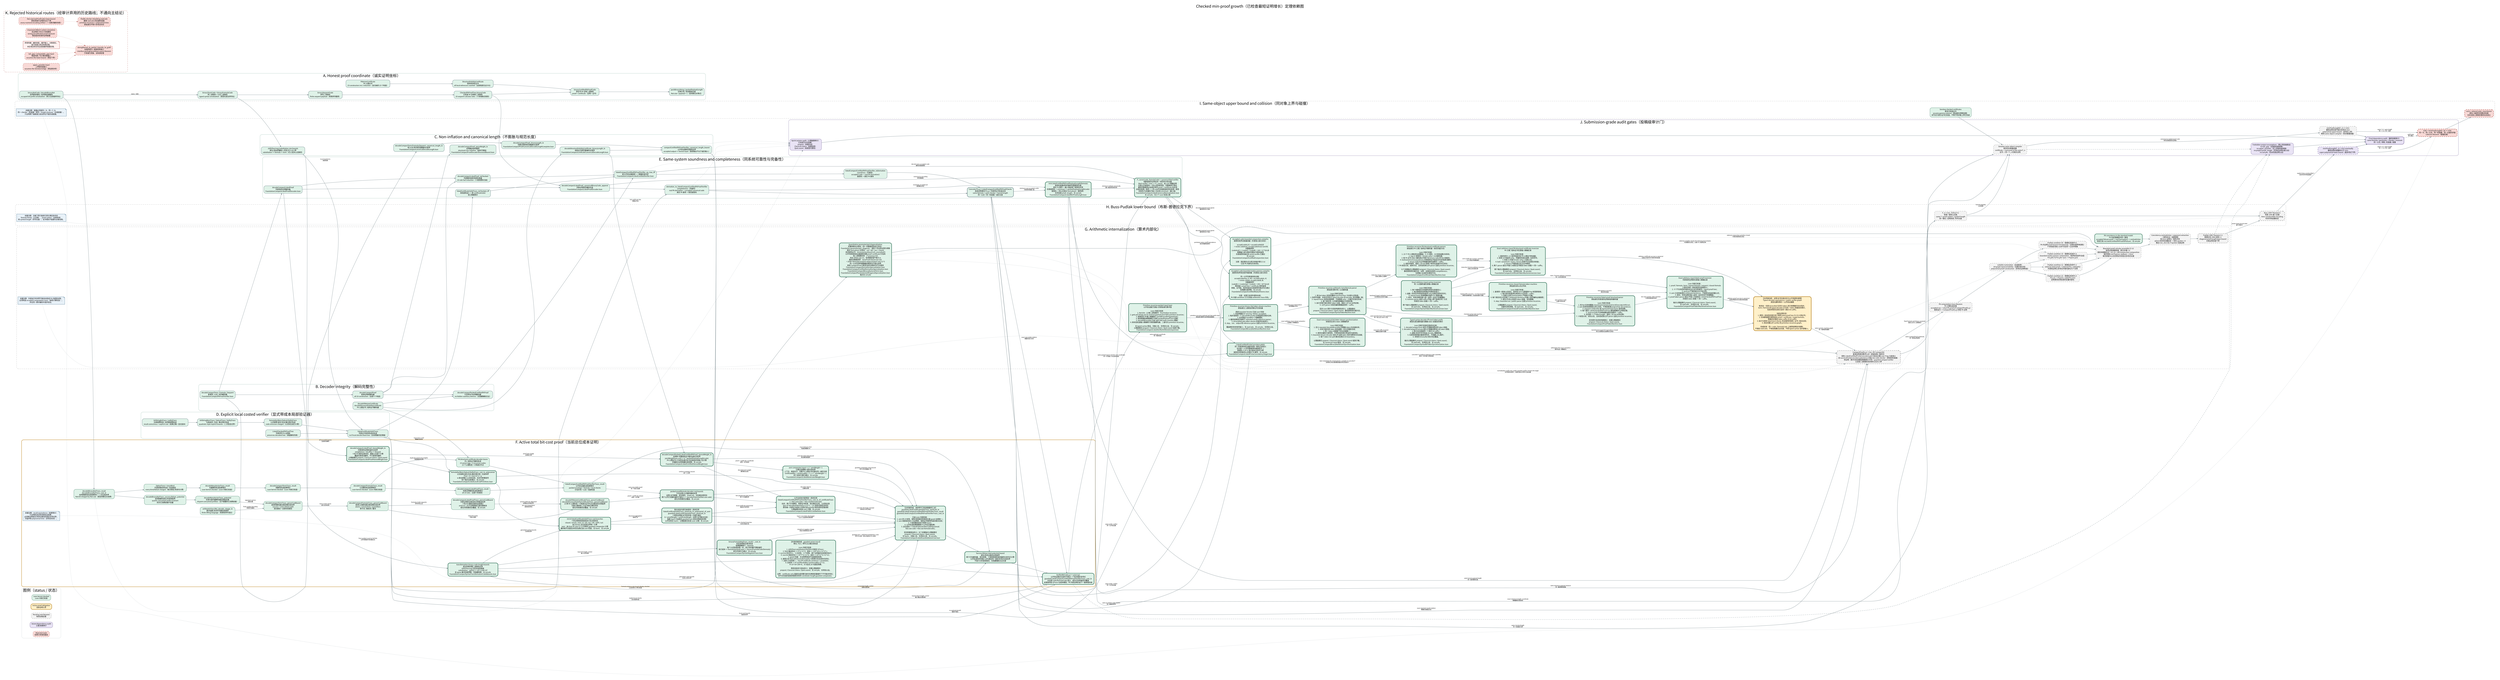
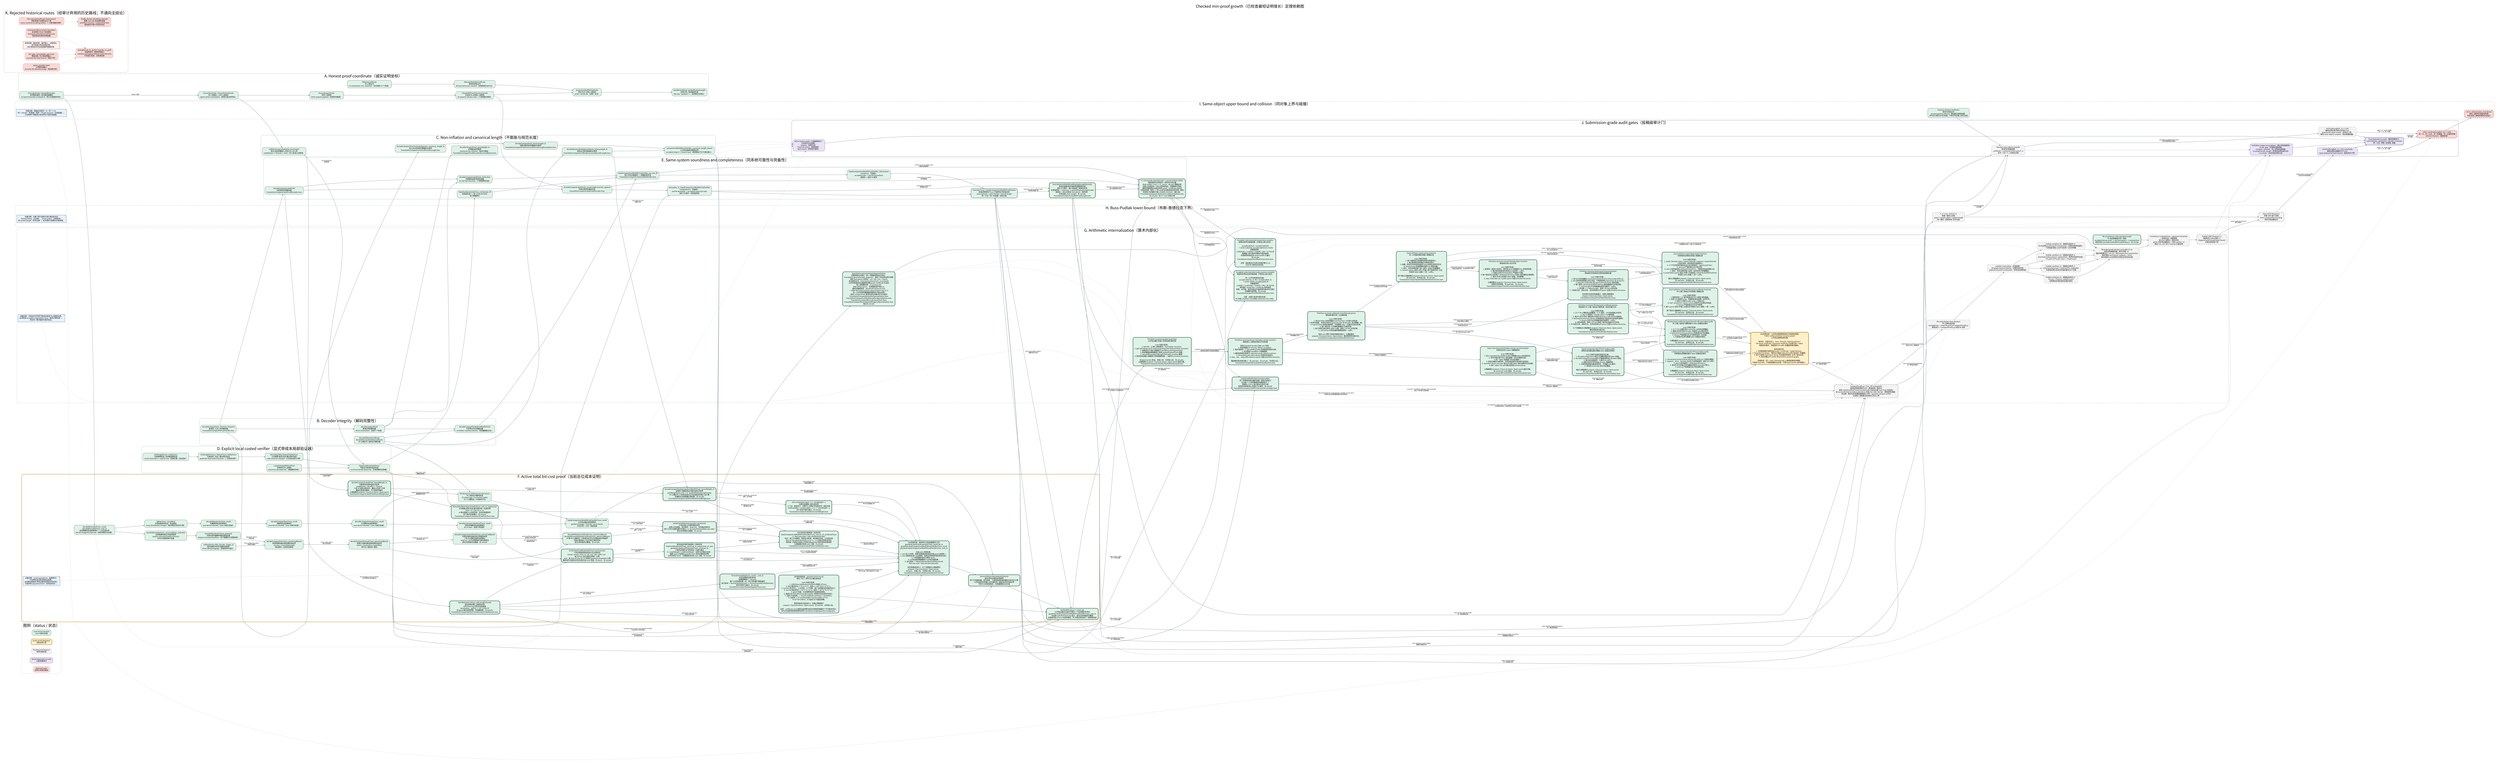
digraph CheckedMinProofDependencies {
  graph [
    rankdir=LR,
    bgcolor="white",
    compound=true,
    newrank=true,
    pad="0.35",
    nodesep="0.30",
    ranksep="0.62",
    fontname="Noto Sans CJK SC",
    fontsize=24,
    label="Checked min-proof growth（已检查最短证明增长）定理依赖图",
    labelloc="t",
    labeljust="c"
  ];
  node [
    shape=box,
    style="rounded,filled",
    fontname="Noto Sans CJK SC",
    fontsize=10.5,
    color="#526d75",
    fillcolor="#eef3f4",
    margin="0.14,0.09",
    penwidth=1.2
  ];
  edge [
    fontname="Noto Sans CJK SC",
    fontsize=8.5,
    color="#65777d",
    arrowsize=0.68,
    penwidth=1.05
  ];

  subgraph cluster_legend {
    label="图例（status / 状态）";
    color="#c8d1d4";
    style="rounded";
    done [label="Lean kernel checked\nLean 内核已检查", fillcolor="#dff2e8", color="#3f7c66"];
    active [label="Active proof obligation\n当前证明义务", fillcolor="#fff0c9", color="#b37a12", penwidth=2.2];
    pending [label="Pending root theorem\n待闭合根定理", fillcolor="#f3f3f3", color="#777777", style="rounded,filled,dashed"];
    audit [label="Axiom/dependency audit\n公理/依赖审计", fillcolor="#e9e3f5", color="#76639a"];
    rejected [label="Rejected route\n经审计弃用的路线", fillcolor="#f8d9d6", color="#a8443d", style="rounded,filled,dashed"];
  }

  subgraph cluster_coordinate {
    label="A. Honest proof coordinate（诚实证明坐标）";
    color="#8fb7aa";
    style="rounded";

    natcode [label="binaryNatCode / decodeBinaryNat\n自然数前缀码 / 自然数前缀解码\nescaped-bit prefix serialization（转义位前缀序列化）", fillcolor="#dff2e8"];
    syntaxcode [label="binaryTermCode + binaryFormulaCode\n项二进制码 + 公式二进制码\ntyped syntax serialization（类型化语法序列化）", fillcolor="#dff2e8"];
    sequentcode [label="binarySequentCode\n序列二进制码\nfinite sequent payload（有限序列载荷）", fillcolor="#dff2e8"];
    prooftree [label="CheckedPAProofTree.binaryCode\n已检查 PA 证明树二进制码\n10 sequent-calculus rules（十条相继式规则）", fillcolor="#dff2e8"];
    axiomcert [label="PAAxiomCertificate\nPA 公理证书\n23 constructors incl. induction（含归纳的 23 个构造）", fillcolor="#dff2e8"];
    structcert [label="StructuralValidityCertificate\n结构有效性证书\nall local witnesses counted（全部局部见证计长）", fillcolor="#dff2e8"];
    certifiedcode [label="binaryCertifiedPAProofCode\n带证书 PA 证明二进制码\nproof + certificate（证明 + 证书）", fillcolor="#dff2e8"];
    packedcode [label="packBinaryString / packedPayloadLength\n位串打包 / 有效载荷长度\nNat.size = payload + 1（自然数位长等式）", fillcolor="#dff2e8"];

    natcode -> syntaxcode [label="labels / 标签"];
    syntaxcode -> sequentcode;
    sequentcode -> prooftree;
    axiomcert -> structcert;
    prooftree -> certifiedcode;
    structcert -> certifiedcode;
    certifiedcode -> packedcode;
  }

  subgraph cluster_decoder {
    label="B. Decoder integrity（解码完整性）";
    color="#8fb7aa";
    style="rounded";

    typeddecoder [label="decodeCompactTerm / Formula / Sequent\n紧凑项 / 公式 / 序列解码器\nFoundationCompactPAProofVerifier.lean", fillcolor="#dff2e8"];
    proofdecoder [label="decodeCompactProof\n紧凑证明树解码器\nall 10 constructors（全部十个构造）", fillcolor="#dff2e8"];
    certdecoder [label="decodePAAxiomCertificate\ndecodeStructuralValidityCertificate\nPA 公理证书 / 结构证书解码器", fillcolor="#dff2e8"];
    packeddecoder [label="decodeCompactPackedCertifiedPAProof\n打包带证书证明解码器\nno hidden auxiliary witness（无隐藏辅助见证）", fillcolor="#dff2e8"];

    typeddecoder -> proofdecoder;
    certdecoder -> packeddecoder;
    proofdecoder -> packeddecoder;
  }

  subgraph cluster_size {
    label="C. Non-inflation and canonical length（不膨胀与规范长度）";
    color="#8fb7aa";
    style="rounded";

    structural [label="decodeCompactProof_parseWeight_le\n证明解码结构量界\nstructural non-inflation（结构不膨胀）\nFoundationCompactProofDecoderStructuralBound.lean", fillcolor="#dff2e8"];
    syntaxcanonical [label="decodeCompactTerm/Formula/Sequent_canonical_length_le\n项/公式/序列规范重编码长度界\nFoundationCompactCanonicalDecodeLength.lean", fillcolor="#dff2e8"];
    proofcanonical [label="decodeCompactProof_binaryLength_le\n完整证明树规范重编码长度界\nFoundationCompactProofCanonicalDecodeLengthComplete.lean", fillcolor="#dff2e8"];
    certcanonical [label="decodeStructuralValidityCertificate_binaryLength_le\n结构证书规范重编码长度界\nFoundationCompactCertificateCanonicalDecodeLength.lean", fillcolor="#dff2e8"];
    totalcanonical [label="compactCertifiedPAProofVerifier_canonical_length_bound\n公开验证器规范载荷总界\naccepted output <= honest input（接受输出不长于诚实输入）", fillcolor="#dff2e8"];
    transformsize [label="shift/free/neg/substitution size bounds\n移位/自由变量嵌入/否定/代入大小界\nsubstitution <= formula × term（代入至多公式乘项）", fillcolor="#dff2e8"];

    typeddecoder -> syntaxcanonical;
    proofdecoder -> structural;
    syntaxcanonical -> proofcanonical;
    certdecoder -> certcanonical;
    proofcanonical -> totalcanonical;
    certcanonical -> totalcanonical;
    syntaxcode -> transformsize;
  }

  subgraph cluster_explicit_local {
    label="D. Explicit local costed verifier（显式带成本局部验证器）";
    color="#8fb7aa";
    style="rounded";

    biteq [label="bitStringEqTrace / natEqTrace\n位串相等轨迹 / 自然数相等轨迹\nresult correctness + explicit cost（结果正确 + 显式成本）", fillcolor="#dff2e8"];
    bitset [label="bitStringMemTrace / SubsetTrace / SetEqTrace\n位串成员 / 包含 / 集合等价轨迹\nquadratic-style explicit bounds（二次型显式界）", fillcolor="#dff2e8"];
    formulalist [label="formulaEq/Mem/Subset/SetEqTrace\n公式相等/成员/包含/集合等价轨迹\ncode emission charged（公式码生成已计费）", fillcolor="#dff2e8"];
    listedtree [label="ListedCheckedPAProofTree\n列表序列 PA 证明树\npreserves decoded lists（保留解码列表）", fillcolor="#dff2e8"];
    listedcert [label="listedCertificateValidTrace\n列表证书有效性成本轨迹\nno Finset decide black box（无有限集判定黑箱）", fillcolor="#dff2e8"];

    biteq -> bitset;
    bitset -> formulalist;
    listedtree -> listedcert;
    formulalist -> listedcert;
    transformsize -> listedcert [label="local transforms\n局部变换"];
  }

  subgraph cluster_same_system {
    label="E. Same-system soundness and completeness（同系统可靠性与完备性）";
    color="#8fb7aa";
    style="rounded";

    listdecoder [label="decodeCompactListedProof\n列表保持证明解码器\nFoundationCompactListedProofDecoder.lean", fillcolor="#dff2e8"];
    projection [label="decodeCompactListedProof_toChecked\n列表解码投影到原检查器\n10-rule fuel induction（十规则燃料归纳）", fillcolor="#dff2e8"];
    localiff [label="listedCertificateValidTrace_toChecked_iff\n新局部轨迹 <-> 原 certificateValid\n语义精确等价", fillcolor="#dff2e8"];
    publiciff [label="listedCompactCertifiedPAProofVerifier_eq_true_iff\n新公开验证器接受 <-> 精确检查关系\nFoundationCompactListedCertifiedVerifier.lean", fillcolor="#dff2e8"];
    soundness [label="listedCompactCertifiedPAProofVerifier_toDerivation\nsoundness（可靠性）\naccepted code -> real PA Derivation2\n接受码 -> 真实 PA 推导", fillcolor="#dff2e8"];
    listencoder [label="decodeCompactListedProof_canonicalBinaryCode_append\n列表证明规范编码往返\nFoundationCompactListedProofEncoder.lean", fillcolor="#dff2e8"];
    completeness [label="derivation_to_listedCompactCertifiedPAProofVerifier\ncompleteness（完备性）\nreal PA derivation -> accepted canonical code\n真实 PA 推导 -> 规范接受码", fillcolor="#dff2e8"];
    predicate [label="Concrete P(x,y) / ListedCompactCertifiedPAProofChecks\n具体证明谓词 P(x,y) / 列表带证书检查关系\nsame formula + same checker + honest length\n同一公式 + 同一检查器 + 诚实长度", fillcolor="#dff2e8", penwidth=2.0];
    minmeasure [
      label="minListedCertifiedPAProofPayloadLength(formula)\n具体检查器诱导的最短完整载荷长度\n真实 PA 推导 -> 最小值由某个接受码实现\n任意接受码 -> minimum <= packedPayloadLength(code)\n接受码 -> 同公式真实 Derivation2（推导树）\n无项目级 proof_length；无 sorryAx\nFoundationCompactListedMinProofLength.lean",
      fillcolor="#dff2e8", color="#2f6f57", penwidth=2.8
    ];
    canonicalnormalize [
      label="P_canon(code, formulaCode) + canonical Bool verifier\n纯数值规范证明关系 + 规范布尔验证器\nBool verifier = true <-> P_canon，由 Lean 精确证明\n任意公开接受码 -> 同公式码规范码，完整载荷不增长\n最短完整载荷必由真实规范 proof + certificate 码实现\n全体码有限一致性 <-> 同 cutoff 的纯数值规范码有限一致性\n非规范/冗余编码不能人为压低 minimum（最小值）\nFoundationCompactListedCanonicalNormalization.lean\n无 sorryAx；仅三个 Lean 标准公理",
      fillcolor="#dff2e8", color="#2f6f57", penwidth=2.8
    ];

    typeddecoder -> listdecoder;
    listdecoder -> projection;
    proofdecoder -> projection;
    listedcert -> localiff;
    projection -> publiciff;
    localiff -> publiciff;
    packeddecoder -> publiciff;
    publiciff -> soundness;
    prooftree -> listencoder;
    listdecoder -> listencoder;
    listencoder -> completeness;
    listedcert -> completeness;
    soundness -> predicate;
    completeness -> predicate;
    predicate -> minmeasure [label="minimum over accepted codes\n对接受码取最小值"];
    completeness -> minmeasure [label="nonempty accepted set\n接受集合非空"];
    publiciff -> canonicalnormalize [label="decode every accepted code\n解码任意接受码"];
    listencoder -> canonicalnormalize [label="canonical re-encoding\n规范重编码"];
    totalcanonical -> canonicalnormalize [label="no payload growth\n载荷不增长"];
    minmeasure -> canonicalnormalize [label="minimum realized canonically\n最小值由规范码实现"];
  }

  subgraph cluster_cost_active {
    label="F. Active total bit-cost proof（当前总位成本证明）";
    color="#c18a27";
    style="rounded,bold";

    nattrace [label="decodeBinaryNatTrace_result\ndecodeBinaryNatTrace_cost_le\n自然数解码轨迹结果等价 + 二次位成本界\nNat.bit charged by Nat.size（按自然数位长收费）", fillcolor="#dff2e8", color="#3f7c66"];
    tracebind [label="OptionTrace + traceBind\n可选结果成本轨迹 + 轨迹绑定\nevery bind/failure charged（每次绑定/失败均计费）", fillcolor="#dff2e8", color="#3f7c66"];
    vectortrace [label="decodeManyVectorTrace_result\n向量解码轨迹结果等价\nLean kernel checked（Lean 内核已检查）", fillcolor="#dff2e8", color="#3f7c66"];
    termtrace [label="decodeCompactTermTrace_result\n项解码轨迹结果等价\nLean kernel checked（Lean 内核已检查）", fillcolor="#dff2e8", color="#3f7c66"];
    formulatrace [label="decodeCompactFormulaTrace_result\n公式解码轨迹结果等价\nLean kernel checked（Lean 内核已检查）", fillcolor="#dff2e8", color="#3f7c66"];
    prooftrace [label="decodeCompactListedProofTrace_result\n列表证明解码轨迹结果等价\nall 10 rules（全部十条规则）", fillcolor="#dff2e8", color="#3f7c66"];
    certtrace [label="PA/structural certificate decoder traces\nPA / 结构证书解码轨迹\n23 axiom tags + 4 recursive nodes\n23 个公理标签 + 4 种递归节点", fillcolor="#dff2e8", color="#3f7c66"];
    publictrace [label="listedCompactCertifiedPAProofVerifierTrace_result\n公开验证器轨迹结果等价\npacked envelope + formula + local checks\n打包外壳 + 公式 + 局部检查", fillcolor="#dff2e8", color="#3f7c66"];
    natpotential [label="decodeBinaryNatTrace_success/failure_potential\n自然数解码成功/失败势能界\nquartic consumed-prefix invariant\n四次已消费前缀不变量", fillcolor="#dff2e8", color="#3f7c66"];
    vectorpotential [label="decodeManyVectorTrace_potential\n任意长度向量解码摊还势能定理\ndisjoint consumed prefixes（互不重叠的已消费前缀）", fillcolor="#dff2e8", color="#3f7c66"];
    symbolcharge [label="arithmeticFunc/Rel_decode_charge_le\n算术函数/关系符号解码收费界\nfinite ORing language（有限有序环语言）", fillcolor="#dff2e8", color="#3f7c66"];
    termpotential [label="decodeCompactTermTrace_parserCostBound\n紧凑项解码器全路径摊还成本界\nsuccess + every failure path\n成功路径 + 全部失败路径", fillcolor="#dff2e8", color="#3f7c66"];
    formulapotential [label="decodeCompactFormulaTrace_parserCostBound\n紧凑公式解码器全路径摊还成本界\natoms / connectives / quantifiers\n原子式 / 联结词 / 量词", fillcolor="#dff2e8", color="#3f7c66"];
    proofpotential [
      label="decodeCompactListedProofTrace_parserCostBound\n列表证明树全路径四次势能成本界\n十条 PA 相继式规则全部通过\nand/cut 二叉子证明势能已望远镜相消\n成功/失败路径全覆盖；无 sorryAx",
      fillcolor="#dff2e8", color="#3f7c66"
    ];
    certpotential [
      label="decodePAAxiomCertificateTrace_parserCostBound\ndecodeStructuralValidityCertificateTrace_parserCostBound\n23 种 PA 公理标签 + 4 种递归证书节点全路径四次势能界\n归纳公理体和二元证书树已摊还闭合\n成功/失败路径全覆盖；无 sorryAx",
      fillcolor="#dff2e8", color="#3f7c66", penwidth=2.2
    ];
    packedcost [
      label="packed proof/formula decoder cost bounds\n打包证明/公式解码器成本界\n证明+证书串联、末位哨兵、dropLast、空后缀全部闭合\n两个公开打包解码器均不超过 2 × decoderPotential(Nat.size code)\n成功/失败路径全覆盖；无 sorryAx",
      fillcolor="#dff2e8", color="#2f6f57", penwidth=2.8
    ];
    transformcode [
      label="transformation binary-code length bounds\n语法变换完整二进制码长界\nshift/free/neg 均至多线性膨胀\nsubstitution：|phi[t]| <= 3(F+1)(W+1)F\n含 qpow 量词深度预算；无隐藏参数；无 sorryAx\nFoundationCompactSyntaxTransformationCodeBounds.lean",
      fillcolor="#dff2e8", color="#2f6f57", penwidth=2.8
    ];
    negtrace [
      label="binaryFormulaNegTrace_result / _cost_le\n否定变换真实递归轨迹\n结果精确等于 ∼formula\n每个公式构造收费一步；原子项向量不重复遍历\n执行成本 <= formulaSymbolCount <= |binaryFormulaCode(formula)|\n单文件探针已通过；无 sorryAx\nFoundationCompactSyntaxNegationTrace.lean",
      fillcolor="#dff2e8", color="#2f6f57", penwidth=2.8
    ];
    axmjoint [
      label="axm comparator input <= 2 * jointWeight + 1\n公理比较器输入联合坐标界\n上下文、候选句子、完整 PA 公理证书均落在同一诚实位权\ncertificateBits + sentenceBits + 1 <= 2 * jointWeight + 1\n四个坐标引理已通过；无 sorryAx\nFoundationCompactListedAxiomJointWeight.lean",
      fillcolor="#dff2e8", color="#2f6f57", penwidth=2.8
    ];
    honestproof [
      label="decodeCompactListedProof_honestWeight_le\n列表保持证明树诚实位权界\nweight(tree) + 8|suffix| <= 8|input|\n十条 PA 规则全部闭合；重复公式逐个计费\n覆盖任意成功解码，不只是规范编码\n公理画像仅 propext / Classical.choice / Quot.sound\nFoundationCompactListedProofHonestWeight.lean",
      fillcolor="#dff2e8", color="#2f6f57", penwidth=2.8
    ];
    honestcert [
      label="decodeCompactPackedListedCertifiedPAProof_honestWeight_le\n证明树+完整结构证书联合诚实位权界\njointWeight(tree,cert) <= 8 * packedPayloadLength(code)\nPA 公理证书 23 标签及递归证书全部由实际输入位计费\n无辅助见证和隐藏长度参数；无 sorryAx\nFoundationCompactListedCertifiedHonestWeight.lean",
      fillcolor="#dff2e8", color="#2f6f57", penwidth=2.8
    ];
    localprimitives [
      label="formulaEq/Mem/Subset/SetEqTrace_cost_le_polynomial\n公式相等/成员/包含/集合等价统一位成本界\nP(w) = 4 + 2(w+3)^2 + w\nw 是全部输入公式码位权，包含列表重复项\n四个端点全部通过；无 sorryAx\nFoundationCompactListedLocalCostPrimitives.lean",
      fillcolor="#dff2e8", color="#2f6f57", penwidth=2.8
    ];
    localbranches9 [
      label="10/10 listedCertificateValidTrace cost branches\n十条证明规则局部成本分支全部闭合\nclosed / verum / and / or / all / exs / wk / shift / cut：\n由 P(G(w)) 及生成语法界统一计费\naxm：由 A(w)=K*(2w+1)^12 的真实 guarded comparator 计费\n最终每节点固定多项式包络已由 Lean 检查；无 haxm、无 sorryAx",
      fillcolor="#dff2e8", color="#2f6f57", penwidth=2.8
    ];
    localinduction [
      label="联合坐标内部归纳骨架 + 具体实例\nlistedCertificateValidTrace_jointCost_le_polynomial_of_axm\nguardedListedCertificateValidTrace_jointCost_le\n十规则证明树/证书同步统一归纳已通过\nb = proofWeight + certificateWeight（证明+证书联合位权）\n抽象 haxm 已由真实 guarded axm 成本定理具体消除\n公开实例无 haxm；公理画像仅标准 Lean 公理；无 sorryAx",
      fillcolor="#dff2e8", color="#2f6f57", penwidth=2.8
    ];
    publicskeleton [
      label="公开总成本内部骨架 + 具体实例\nlistedCompactCertifiedPAProofVerifierTrace_cost_le_of_certificateTrace\ns = Nat.size(code) + Nat.size(formulaCode)\n合并：两个打包解码、局部证书检查、结论集合比较、公式码比较\nQ(s)=4*decoderPotential(s)+L(s)+1，L(s) 是显式固定多项式\n原先唯一内部证书成本义务现已由 guarded 联合成本定理消除\n公理画像仅标准 Lean 公理；无 sorryAx\nFoundationCompactListedPublicCostSkeleton.lean",
      fillcolor="#dff2e8", color="#2f6f57", penwidth=2.8
    ];
    publiccost [
      label="【主终端完成：具体带守卫检查器最终汇合】\nguardedListedCertificateValidTrace_jointCost_le\nguardedListedCompactCertifiedPAProofVerifierTrace_result\nguardedListedCompactCertifiedPAProofVerifierTrace_cost_le\n\n已由 Lean 内核检查：\n1. axm 的 23 标签、接受/拒绝路径和候选长度 guard 全部统一；\n2. axm 局部成本进入与证明树、结构证书相同的诚实联合位权；\n3. 十规则整树成本不再带 haxm；\n4. 公开轨迹结果精确等于公开验证器结果；\n5. 总位成本 <= listedPublicVerifierCostPolynomial(\n   Nat.size code + Nat.size formulaCode)。\n\n定向构建退出码 0；五个关键端点公理画像仅\npropext / Classical.choice / Quot.sound。\n无 haxm、无输入包、无项目公设、无 sorryAx。\nFoundationCompactListedGuardedAxiomCost.lean",
      fillcolor="#dff2e8", color="#2f6f57", penwidth=2.8
    ];
    amortized [label="Success/failure total potential bound\n成功/失败全路径总势能界\n两个打包解码器、语法变换、十规则局部检查和最终比较均已计费\n公开轨迹的所有输入对均满足同一固定多项式位成本界\n不是只分析接受路径；无隐藏辅助见证长度", fillcolor="#dff2e8", color="#2f6f57", style="rounded,filled", penwidth=2.8];
    costnote [shape=note, label="关键注释：result equivalence（结果等价）\n只证明轨迹没有改掉验证结果；\n必须再证明成功/失败全路径的固定多项式界，\n才能声称 polynomial time（多项式时间）。", fillcolor="#e8f1f8", color="#4e7892"];
    transformtrace [label="【共享终端完成：guarded axiom trace】\n移位 / 代入 / 带守卫公理比较轨迹\n\nLean 内核已检查：\n1. shift/free/substitution/list/fixitr 的真实 QTrace；\n2. fixitr 输出码长 <= 4*(L+1)^2；成本 <= 128*(m+L+1)^2*L；\n3. succInd 四次代入、三次否定、三个析取、两个全称量词全部真实执行；\n4. succInd 输出码长 <= 10^7*(L+1)^4；成本 <= 10^11*(L+1)^12；\n5. guard 完备：合法相等候选不会被提前拒绝；\n6. 接受分支 fixitr/allClosure/formulaEq 与拒绝分支总成本均闭合；\n7. 全部 23 标签统一：true iff certificate.sentence = candidate；\n8. 总成本 <= K*(certificateBits+sentenceBits+1)^12，\n   K=10^30+(3B+4)，B 为显式 26 句固定预算。\n\n两条验收命令退出码 0；关键公理画像仅\npropext / Classical.choice / Quot.sound；无 sorryAx、无项目公设。\n\n边界：certificate-only 直接生成完整归纳句在稀疏变量编号下不可能多项式；\n本节点完成的是保持接受关系的 candidate-length guarded comparator。", fillcolor="#dff2e8", color="#2f6f57", style="rounded,filled", penwidth=2.8];
    polytime [label="VerifierBitCost(x,y) <= p(|x|+|y|)\n公开验证器总位成本不超过一个显式固定多项式\nguardedListedCompactCertifiedPAProofVerifierTrace_cost_le\n对全部 code/formulaCode 成立，成功与失败路径均覆盖\n这里是项目 QTrace 位成本模型；PA 内短证明仍由下一簇单独完成", fillcolor="#dff2e8", color="#2f6f57", style="rounded,filled", penwidth=2.8];

    natcode -> nattrace;
    nattrace -> tracebind;
    tracebind -> vectortrace;
    vectortrace -> termtrace;
    termtrace -> formulatrace;
    formulatrace -> prooftrace;
    certdecoder -> certtrace;
    formulatrace -> certtrace;
    prooftrace -> publictrace;
    certtrace -> publictrace;
    publictrace -> amortized [label="exact behavior first\n先固定精确行为"];
    nattrace -> natpotential;
    natpotential -> vectorpotential;
    vectorpotential -> termpotential [label="argument vectors\n参数向量"];
    symbolcharge -> termpotential [label="finite symbol decoding\n有限符号解码"];
    termpotential -> formulapotential [label="terms inside atoms\n原子式中的项"];
    formulapotential -> proofpotential [label="formulas inside sequents\n序列中的公式"];
    proofpotential -> certpotential [label="proof/certificate alignment\n证明树/证书树对齐"];
    formulapotential -> certpotential [label="induction body\n归纳公理体"];
    certpotential -> packedcost [label="proof + certificate stream\n证明 + 证书串"];
    publictrace -> packedcost [label="same executable result\n同一可执行结果"];
    packedcost -> publiccost [label="decoded objects\n已解码对象"];
    transformsize -> transformcode [label="from symbol count to full bits\n从符号数提升到完整位长"];
    transformcode -> negtrace [label="input bit-length control\n输入位长控制"];
    negtrace -> publiccost [label="closed/cut negation charge\n闭合/切规则否定计费"];
    transformcode -> publiccost [label="generated-code bounds\n生成公式码长界"];
    listdecoder -> honestproof [label="all successful parses\n全部成功解码"];
    honestproof -> honestcert [label="proof-tree charge\n证明树计费"];
    certcanonical -> honestcert [label="full certificate bits\n完整证书位"];
    honestcert -> publiccost [label="joint decoded-data bound\n联合解码数据界"];
    honestcert -> axmjoint [label="proof + certificate coordinate\n证明 + 证书坐标"];
    axmjoint -> publiccost [label="guarded comparator input bound\n带守卫比较器输入界"];
    listedcert -> localprimitives [label="exact trace costs\n精确轨迹成本"];
    honestproof -> localprimitives [label="duplicate-preserving weights\n保留重复项位权"];
    localprimitives -> publiccost [label="uniform quadratic bound\n统一二次界"];
    localprimitives -> localbranches9 [label="per-rule instantiation\n逐规则实例化"];
    transformcode -> localbranches9 [label="generated syntax bounds\n生成语法界"];
    localbranches9 -> publiccost [label="nine checked branches\n九条已检查分支"];
    localbranches9 -> localinduction [label="structural aggregation\n结构汇总"];
    localinduction -> publiccost [label="haxm concretely discharged\nhaxm 已由具体定理消除"];
    localinduction -> publicskeleton [label="local certificate polynomial\n局部证书多项式"];
    packedcost -> publicskeleton [label="two packed decoder bounds\n两个打包解码界"];
    honestcert -> publicskeleton [label="decoded joint weight\n解码联合位权"];
    publicskeleton -> publiccost [label="concrete discharge checked\n具体消义务已检查"];
    listedcert -> publiccost [label="explicit local checks\n显式局部检查"];
    publiccost -> amortized;
    totalcanonical -> amortized [label="consumed-length control\n消费长度控制"];
    costnote -> amortized [style=dotted, arrowhead=none, constraint=false];
    transformcode -> transformtrace;
    transformtrace -> publiccost [label="guarded axm + shift/free/substitution costs\n带守卫公理 + 移位/自由化/代入成本"];
    amortized -> polytime;
    transformtrace -> polytime;
    totalcanonical -> polytime [label="input/output length control\n输入输出长度控制"];
    listedcert -> polytime [label="local cost bounds\n局部成本界"];
    predicate -> polytime [label="exact executable relation\n精确可执行关系"];
  }

  subgraph cluster_internalization {
    label="G. Arithmetic internalization（算术内部化）";
    color="#9a9a9a";
    style="rounded,dashed";

    listedconmeta [label="ListedCertifiedFiniteConsistencyAt(k)\n同一列表保持验证器的有限一致性元层语义\n无长度 <= k 的完整载荷码被接受为 ⊥\n普通及 2^(A*n) 放大版本无条件为真\n接受反向恢复同公式真实 PA 推导；无 sorryAx\nFoundationCompactListedFiniteConsistencyTarget.lean", fillcolor="#dff2e8", color="#2f6f57", penwidth=2.8];
    arithinput [label="Primitive-recursive packed input layer\n公开验证器打包输入的原始递归算术层\n\nLean 内核已检查：\n1. Nat.bits（小端二进制展开）为 primitive recursive；\n2. getLast?/dropLast 与 sentinel payload peel 均为 primitive recursive；\n3. 剥离成功 iff 输入精确等于 packBinaryString(payload)；\n4. 新剥离器结果精确等于现有 packedPayloadTrace 结果；\n5. decodeBinaryNat 已由 right-fold state machine 重建；\n6. 新状态机逐输入精确等于原前缀解码器，二者均为 primitive recursive。\n\n无 typed syntax 假设、无输入包、无项目公设、无 sorryAx；\n公理画像仅 propext / Classical.choice / Quot.sound 或其子集。\nFoundationCompactListedVerifierArithmeticInput.lean", fillcolor="#dff2e8", color="#2f6f57", penwidth=2.8];
    tokenstream [label="Primitive-recursive binary-Nat token stream machine\n原始递归二进制自然数记号流机器\n\n具体 bounded iterator 已由 Lean 检查：\n1. 状态明确区分 running / failed / accepted；\n2. 每步调用同一个 decodeBinaryNat 并保留真实剩余位串；\n3. 总步数由 inputBits+1 明确限制；\n4. 最终结果逐位串等于 repeated-prefix reference parser；\n5. binaryNatCode token stream 的规范往返成立；\n6. step、run、output 和 reference parser 全部 primitive recursive。\n\n覆盖畸形和非规范输入；无 rawCode、无 sorryAx、无项目公设。\nFoundationCompactBinaryNatStreamMachine.lean", fillcolor="#dff2e8", color="#2f6f57", penwidth=2.8];
    bitsync [label="Exact noncanonical bit/token stream synchronization\n非规范位流与 token 流精确同步\n\nLean 内核已检查：\n1. 定义 repeated decodeBinaryNat 的精确 token/位后缀关系；\n2. 关系可按任意 token 前后缀唯一切分并重新合成；\n3. 同一 token 前缀留下的位后缀唯一；\n4. 规范位编码只是特例，不把非规范高位零误判为规范码；\n5. bounded stream decoder 成功 iff 全部 token 恰好消费至空位后缀；\n6. 每个 token-list split 都对应真实 bit boundary。\n\n公理画像仅 propext / Classical.choice / Quot.sound 或其子集；\n无 canonical-input 假设、无 sorryAx。\nFoundationCompactBinaryNatStreamSynchronization.lean", fillcolor="#dff2e8", color="#2f6f57", penwidth=2.8];
    syntaxparser [label="Primitive-recursive arithmetic term/formula parser\n原始递归算术项 / 公式解析器\n\nLean 内核已检查：\n1. 纯 Nat token 状态机覆盖 bvar/fvar/func 与全部公式构造；\n2. 有序环函数、关系符号码与 typed decoder 的 decode₂ 条件精确一致；\n3. repeat frame 逐项处理参数，不按稀疏 arity 一次展开巨型任务表；\n4. 每个真实项 / 公式都有精确执行步数定理；\n5. 执行步数不超过真实 token 长度，固定二次 fuel 必然足够；\n6. 公开 parser 对规范编码精确返回同一 suffix。\n\n定向 Lean 探针与目标构建退出码 0；公理画像仅\npropext / Classical.choice / Quot.sound；静态禁用项扫描为空。\nFoundationCompactSyntaxTokenMachine.lean", fillcolor="#dff2e8", color="#2f6f57", penwidth=2.8];
    syntaxinversion [label="Exact arbitrary-input syntax inversion\n项 / 公式解析器任意输入精确反演\n\nLean 内核已检查：\n1. 每个纯数值任务栈都有类型化前缀语义；\n2. 每次数值状态转换反向保持该语义；\n3. 函数 / 关系符号有效码恢复同 arity 的真实有序环符号；\n4. repeat frame 恢复精确长度的 Fin 参数向量；\n5. 成功、失败及畸形输入统一由同一后向不变量覆盖；\n6. numeric parser 返回 suffix iff 输入等于某真实项 / 公式\n   的规范 token 前缀 ++ 同一 suffix。\n\n两个端点公理画像仅 propext / Classical.choice / Quot.sound；\n无 rawCode、无项目公设、无 sorryAx。\nFoundationCompactSyntaxTokenMachineInversion.lean", fillcolor="#dff2e8", color="#2f6f57", penwidth=2.8];
    syntaxbitsync [label="Typed syntax decoder iff exact token prefix\n类型化语法解码器与精确 token 前缀双向等价\n\nLean 内核已检查任意成功位串：\n1. decodeCompactTerm 成功 iff 精确消费该项 token 前缀；\n2. decodeCompactFormula 成功 iff 精确消费该公式 token 前缀；\n3. 两方向均保留同一个真实 bit suffix；\n4. 函数/关系符号代码由 decode₂ 精确恢复；\n5. 任意有限参数向量逐项同步，不隐藏 arity 展开；\n6. 非规范 binaryNat 表示完全覆盖。\n\n端点公理画像仅 propext / Classical.choice / Quot.sound；\n无 rawCode、无项目公设、无 sorryAx。\nFoundationCompactSyntaxBitTokenSynchronization.lean", fillcolor="#dff2e8", color="#2f6f57", penwidth=2.8];
    closedformula [label="Primitive-recursive closed-formula token machine\n原始递归闭公式记号机\n\nLean 内核已检查：\n1. 复用同一紧凑公式语法，但所有 term 位置遇到 fvar 标签即拒绝；\n2. 每次成功恢复真实类型化公式及同一 suffix；\n3. 恢复公式的 freeVariables 严格等于空集；\n4. 每个真实闭公式及每个 ArithmeticSentence 的嵌入规范编码必被接受；\n5. 成功 iff 闭公式规范 token 前缀，双向精确；\n6. step / bounded run / public parser 全部 primitive recursive。\n\n公理画像仅 propext / Classical.choice / Quot.sound；\n无额外闭性参数、无 rawCode、无 sorryAx。\nFoundationCompactClosedFormulaTokenMachine.lean", fillcolor="#dff2e8", color="#2f6f57", penwidth=2.8];
    proofparser [label="Primitive-recursive listed-proof structural parser\n原始递归列表保持证明树结构解析器\n\nLean 内核已检查：\n1. 纯 Nat 任务栈覆盖 closed/axm/verum/and/or/all/exs/wk/shift/cut；\n2. axm 标签现调用独立闭公式机，不再把普通 proposition 当 sentence；\n3. sequent cardinality 由 repeat-formula frame 逐项消费；\n4. 每个真实 ListedCheckedPAProofTree 都有精确执行步数定理；\n5. and/cut 左右子证明按编码顺序消费同一 suffix；\n6. 总步数 <= 2*tokenLength，固定二次 fuel 必然足够；\n7. 十标签分派、闭句分支、总状态机和公开 parser 全部 primitive recursive。\n\n定向探针及目标构建通过；关键公理画像仅\npropext / Classical.choice / Quot.sound。\nFoundationCompactProofTokenMachine.lean", fillcolor="#dff2e8", color="#2f6f57", penwidth=2.8];
    proofinversion [label="Exact arbitrary-input listed-proof inversion\n列表保持证明树任意输入精确反演\n\nLean 内核已检查：\n1. proof / formula / term / repeat-formula / sequent / closed-formula\n   六类任务统一具有类型化前缀语义；\n2. 十个节点标签的每条反向分支均恢复同一 typed proof tree；\n3. and/cut 严格恢复左右子树次序；\n4. axm 分支恢复真实 ArithmeticSentence，不接受含自由变量公式；\n5. 成功、失败及畸形输入由同一后向状态不变量覆盖；\n6. proof token parser 成功 iff 输入为某真实 ListedCheckedPAProofTree\n   的规范 token 前缀 ++ 同一 suffix。\n\n端点公理画像仅 propext / Classical.choice / Quot.sound；\n无 rawCode、无项目公设、无 sorryAx。\nFoundationCompactProofTokenMachineInversion.lean", fillcolor="#dff2e8", color="#2f6f57", penwidth=2.8];
-     certparser [label="Primitive-recursive PA/structural certificate parsers\n原始递归 PA 公理 / 结构证书解析器（规范完备方向）\n\nLean 内核已检查：\n1. 23 个 PA 公理标签全部覆盖；0..21 固定，3/4 校验函数/关系码；\n2. tag 22 调用同一 binder-arity-1 公式解析器；\n3. 新 PA 证书 token 编码逐证书等于旧 binary code 的 Nat 前缀流；\n4. leaf/axiomCert/unary/binary 四类结构证书由显式任务栈递归解析；\n5. binary 左右子证书按编码顺序消费同一 suffix；\n6. 线性步数界、固定二次 fuel 和两个规范往返端点均已闭合；\n7. PA 标签分派、结构节点、总状态机和公开 parser 全部 primitive recursive。\n\n七个关键端点公理画像仅 propext / Classical.choice / Quot.sound；\n静态禁用项扫描为空。边界：这里闭合规范 completeness，\n任意输入反演仍在黄色节点。\nFoundationCompactCertificateTokenMachine.lean", fillcolor="#dff2e8", color="#2f6f57", penwidth=2.8];
+     certparser [label="Primitive-recursive PA/structural certificate parsers\n原始递归 PA 公理 / 结构证书解析器（规范完备方向）\n\nLean 内核已检查：\n1. 23 个 PA 公理标签全部覆盖；0..21 固定，3/4 校验函数/关系码；\n2. tag 22 调用同一 binder-arity-1 公式解析器；\n3. 新 PA 证书 token 编码逐证书等于旧 binary code 的 Nat 前缀流；\n4. leaf/axiomCert/unary/binary 四类结构证书由显式任务栈递归解析；\n5. binary 左右子证书按编码顺序消费同一 suffix；\n6. 线性步数界、固定二次 fuel 和两个规范往返端点均已闭合；\n7. PA 标签分派、结构节点、总状态机和公开 parser 全部 primitive recursive。\n\n七个关键端点公理画像仅 propext / Classical.choice / Quot.sound；\n静态禁用项扫描为空。\nFoundationCompactCertificateTokenMachine.lean", fillcolor="#dff2e8", color="#2f6f57", penwidth=2.8];
    certinversion [label="Exact arbitrary-input PA/structural certificate inversion\nPA 公理 / 结构证书任意输入精确反演\n\nLean 内核已检查：\n1. 固定标签 0..21 逐项恢复对应 PA 公理证书构造器；\n2. 标签 3/4 恢复同 arity、同编码的真实函数 / 关系符号；\n3. 标签 22 恢复 binder-arity-1 归纳公式；\n4. leaf / axiomCert / unary / binary 四类节点全部反向恢复；\n5. binary 严格恢复左右子证书顺序；\n6. 两个 parser 成功 iff 输入为真实证书规范 token 前缀 ++ 同一 suffix。\n\n两个端点公理画像仅 propext / Classical.choice / Quot.sound；\n无 rawCode、无项目公设、无 sorryAx。\nFoundationCompactCertificateTokenMachineInversion.lean", fillcolor="#dff2e8", color="#2f6f57", penwidth=2.8];
-     numericparser [label="【主终端当前：证明/证书位级对应与公开局部检查图】\nTyped-decoder equivalence + public verifier graph\n类型化解码等价 + 公开验证器图\n\n新闭合：任意 binaryNat 位流与 token 流已有精确可切分同步；\nterm / formula 的 typed decoder 已与同一 token 前缀双向等价，\n包括非规范位表示及同一真实 bit suffix。\n\n当前证明任务：\n1. 把同一双向同步提升到十规则 listed proof tree 与 23+4 类证书；\n2. 在纯数值图中顺序组合 proof + certificate + target formula，\n   精确对应每段 token suffix 与 bit suffix；\n3. 执行与现有 listed local checks 完全相同的规则 / 证书 / 结论比较；\n4. 闭合完整公开 verifier 的 primitive-recursive graph。\n\n完成标准：同一 code / formulaCode 上接受结果逐点相等；\n不借旧 rawCode，不增加隐藏见证长度，不把 typed syntax 当外部输入。", fillcolor="#fff0c9", color="#b37a12", penwidth=2.8];
+     proofbitsync [label="Listed proof typed decoder iff exact token prefix\n列表保持证明解码器与 token 前缀双向等价\n\nLean 内核已检查：\n1. closed/axm/verum/and/or/all/exs/wk/shift/cut 十规则全覆盖；\n2. sequent、term、formula 与左右子证明保留同一真实 bit suffix；\n3. axm 分支恢复同一 ArithmeticSentence；\n4. 成功方向与完备方向均覆盖非规范 binaryNat 表示；\n5. and/cut 严格保留左右子树消费次序。\n\n公理画像仅 propext / Classical.choice / Quot.sound；\n无 rawCode、无项目公设、无 sorryAx。\nFoundationCompactProofBitTokenSynchronization.lean", fillcolor="#dff2e8", color="#2f6f57", penwidth=2.8];
+     certbitsync [label="PA/structural certificate typed decoder iff exact token prefix\nPA 公理 / 结构证书解码器与 token 前缀双向等价\n\nLean 内核已检查：\n1. 23 个 PA 公理标签及 induction 公式体全部覆盖；\n2. 函数/关系符号由 decode₂ 恢复同 arity 真实符号；\n3. leaf/axiomCert/unary/binary 四类递归证书全覆盖；\n4. binary 严格保留左右证书顺序及同一位后缀；\n5. 任意成功位串与精确 token 前缀双向等价。\n\n公理画像仅 propext / Classical.choice / Quot.sound；\n无 rawCode、无项目公设、无 sorryAx。\nFoundationCompactCertificateBitTokenSynchronization.lean", fillcolor="#dff2e8", color="#2f6f57", penwidth=2.8];
+     numericparser [label="【主终端当前：公开验证器纯数值组合与局部检查图】\nPublic verifier primitive-recursive graph\n公开验证器原始递归图\n\n新闭合：任意位流上，term / formula / listed proof tree /\nPA axiom certificate / structural certificate 已全部与同一 token\n前缀双向等价，保留真实 bit suffix 且覆盖非规范编码。\n\n当前证明任务：\n1. 在纯数值图中顺序组合 proof + certificate + target formula；\n2. 为 packed envelope、哨兵位与每段 token/bit suffix 给出同一机器图；\n3. 执行与现有 listed local checks 完全相同的规则 / 证书 / 结论比较；\n4. 闭合完整公开 verifier 的 primitive-recursive graph。\n\n完成标准：同一 code / formulaCode 上接受结果逐点相等；\n不借旧 rawCode，不增加隐藏见证长度，不把 typed syntax 当外部输入。", fillcolor="#fff0c9", color="#b37a12", penwidth=2.8];
    compactformula [label="CompactProof(x,y) + Con_PA^compact(k)\n紧凑证明谓词算术公式 + 紧凑有限一致性句\n绿色 ListedCertifiedFiniteConsistencyAt 已给出正确 Lean Prop 元层语义\n旧 succinctFiniteConsistencySentence 仍指 raw-code checker（原始码检查器）\n待证明：算术句标准模型精确等价于同一 guarded compact verifier\n以及短二进制数词实例的公式大小界", fillcolor="#f3f3f3", color="#777777", style="rounded,filled,dashed", penwidth=2.0];
    patrace [label="PA computation-trace theorem\nPA 计算轨迹定理\naccepted run -> short PA proof of CompactProof(x,y)\n接受运行 -> CompactProof(x,y) 的短 PA 证明", fillcolor="#f3f3f3", color="#777777", style="rounded,filled,dashed"];
    suitable [label="suitable numeration（合适枚举）\nbit graph representability（位图可表示性）\npolynomial proof construction（多项式证明构造）", fillcolor="#f3f3f3", color="#777777", style="rounded,filled,dashed"];
    cond0 [label="Pudlak condition (0)（普德拉克条件 0）\nPA 内证明 proof-bound monotonicity（证明长度界单调性）\nP 的较紧/较松 cutoff 可在同一公式中转换", fillcolor="#f3f3f3", color="#777777", style="rounded,filled,dashed"];
    cond1 [label="Pudlak condition (1)（普德拉克条件 1）\nexternal short proof -> internal P(n, code(phi))\n外部短证明以多项式开销内部化为 P 实例", fillcolor="#f3f3f3", color="#777777", style="rounded,filled,dashed"];
    cond2 [label="Pudlak condition (2)（普德拉克条件 2）\nP(n,m) -> P(q1(n), code(P(n,m)))\n证明谓词实例自身的定量内部化", fillcolor="#f3f3f3", color="#777777", style="rounded,filled,dashed"];
    cond3 [label="Pudlak condition (3)（普德拉克条件 3）\nbounded modus ponens composition（有界肯定前件合成）\nP(n,phi) 与 P(n,phi->psi) -> P(q2(n),psi)", fillcolor="#f3f3f3", color="#777777", style="rounded,filled,dashed"];
    mpcompiler [label="Accepted-code bounded modus ponens compiler\n接受码有界肯定前件编译器（外部语义层已闭合）\n\n同一公开列表保持验证器：\naccept(codeImp, A->B) + accept(codeA, A)\n  -> exists codeB, accept(codeB, B)\n完整载荷界：\n|codeB| <= |codeImp| + |codeA| + 240 + 34*S(A,B)\n两份输入 proof tree + certificate 原样复用\n树级、证书级、规范码级及任意接受码端点均已通过\n无隐藏长度参数；无 sorryAx\nFoundationCompactCertifiedModusPonens.lean\n\n注意：这里只关闭外部码合成；\nPA 内部 condition (3) 仍须由 arithmetic trace 内化。", fillcolor="#dff2e8", color="#2f6f57", penwidth=2.8];
    conjcompiler [label="Accepted-code bounded conjunction compiler\n接受码有界合取编译器（外部语义层已闭合）\n\naccept(codeA,A) + accept(codeB,B)\n  -> exists codeAnd, accept(codeAnd,A and B)\n完整载荷界：\n|codeAnd| <= |codeA| + |codeB| + 144 + 11*S(A,B)\n两棵输入树与两份完整证书原样复用\n任意接受码端点及 axiom profile 已通过\n无 sorryAx\nFoundationCompactCertifiedConjunction.lean\n\n注意：固定重言式与原文拼接步骤 (i)-(v)\n以及 PA 内部化仍未闭合。", fillcolor="#dff2e8", color="#2f6f57", penwidth=2.8];
    qdiagonal [label="Quantitative parameterized diagonalization\n定量参数化对角化（同一完整载荷坐标已闭合）\nFoundation parameterized_diagonal₁：固定 P 的全称证明为常数\n真实 Derivation2 实例化：cut + wk + exs + closed\n显式结构证书：binary(unary(baseCert), unary(leaf))\n公开列表保持验证器接受完整 proof+certificate 打包码\n短二进制数码项：2*previous+bit\n码长 O(Nat.size m)，标准模型值严格为 m\n最终完整载荷界：baseProof+baseCert+192\n + 2048*(formulaConstant+stepConstant*|m|+1)^3\n同一公式实例的精确最短载荷也不超过该界\n具体 CompactProof 谓词仍由灰色算术化节点提供\nFoundationCompactDerivationSpecialization.lean\nFoundationCompactCertifiedDerivationSpecialization.lean\nFoundationCompactBinaryNumeralTerm.lean\nFoundationCompactParameterizedDiagonalSpecialization.lean\n端点无 sorryAx", fillcolor="#dff2e8", color="#2f6f57", penwidth=2.8];
    proofassembly [label="Bounded proof-calculus assembly (i)-(v)\n有界证明演算拼接（原文步骤 i-v）\n固定命题重言式 + (0)-(3) + MP/conjunction composition\n逐步得到 not P(q5(m), bottom) -> D(m)\n每次拼接与公式实例化均须显式多项式长度", fillcolor="#f3f3f3", color="#777777", style="rounded,filled,dashed"];
    paconsistency [label="PA consistency in the standard model\nPA 在标准模型中的一致性\naccepted falsum proof -> real Derivation2 -> contradiction\n项目已有 noListedCertifiedPAProofOfFalsum；无 sorryAx", fillcolor="#dff2e8", color="#2f6f57", penwidth=2.4];
    exponentextract [label="Consistency contradiction + exponent extraction\n一致性反证 + 指数提取\n短 D(m) 证明与一致性冲突\nq5(m) 的多项式重标定 -> 存在 epsilon > 0\n推出 Con_A(n) 无 n^epsilon 长度证明", fillcolor="#f3f3f3", color="#777777", style="rounded,filled,dashed"];
    diagonal [label="Pudlak 1986 Theorem 3.1\n普德拉克 1986 定理 3.1\ndiagonal proof-length lower bound\n对角证明长度下界", fillcolor="#f3f3f3", color="#777777", style="rounded,filled,dashed", penwidth=2.0];
    internalnote [shape=note, label="关键注释：外部运行时间界不能自动变成 PA 内部短证明。\n必须构造 accepted computation trace（接受计算轨迹），\n并在同一算术编码中逐步验证。", fillcolor="#e8f1f8", color="#4e7892"];

    predicate -> compactformula [label="exact standard-model relation\n精确标准模型关系"];
    minmeasure -> compactformula [label="same honest payload length\n同一诚实载荷长度"];
    canonicalnormalize -> compactformula [style=dotted, label="normalization audit only; public guarded verifier remains the target\n仅作规范化审计；目标仍是公开带守卫验证器"];
    predicate -> listedconmeta [label="same accepted-code relation\n同一接受码关系"];
    minmeasure -> listedconmeta [label="same payload coordinate\n同一载荷坐标"];
    listedconmeta -> compactformula [label="arithmetize this exact semantics\n算术化这一精确语义"];
    canonicalnormalize -> listedconmeta [label="pointwise same-cutoff equivalence\n逐点同截断值等价"];
    polytime -> arithinput [label="same packed inputs and bit-cost coordinate\n同一打包输入与位成本坐标"];
    arithinput -> tokenstream [label="primitive-recursive payload and Nat-prefix base\n原始递归载荷与自然数前缀基础"];
    tokenstream -> bitsync [label="exact arbitrary-input stream semantics\n任意输入流精确语义"];
    tokenstream -> syntaxparser [label="bounded exact tokenization\n有界精确记号化"];
    bitsync -> syntaxbitsync [label="exact bit suffix invariant\n精确位后缀不变量"];
    syntaxparser -> syntaxbitsync [label="same term/formula token grammar\n同一项/公式 token 文法"];
    syntaxparser -> syntaxinversion [label="backward typed realization invariant\n反向类型化实现不变量"];
    syntaxinversion -> closedformula [label="typed prefix recovery + no-fvar invariant\n类型化前缀恢复 + 无自由变量不变量"];
    closedformula -> proofparser [label="axm sentence task\n公理叶闭句任务"];
    syntaxparser -> proofparser [label="checked syntax-task machine\n已检查语法任务机"];
    syntaxparser -> certparser [label="induction-body formula parser\n归纳公理体公式解析"];
    syntaxinversion -> proofinversion [label="term / formula arbitrary inversion\n项 / 公式任意反演"];
    proofparser -> proofinversion [label="ten-rule numeric state machine\n十规则纯数值状态机"];
    closedformula -> proofinversion [label="real sentence recovery\n真实闭句恢复"];
    proofinversion -> numericparser [label="arbitrary proof success is canonical\n任意证明成功均为真实规范前缀"];
    syntaxinversion -> certinversion [label="induction-formula arbitrary inversion\n归纳公式任意反演"];
    certparser -> certinversion [label="23+4 certificate numeric machines\n23+4 类证书纯数值机"];
    certinversion -> numericparser [label="arbitrary certificate success is canonical\n任意证书成功均为真实规范前缀"];
    syntaxbitsync -> numericparser [label="term/formula typed-bit equivalence closed\n项/公式类型化位级等价已闭合"];
+     bitsync -> proofbitsync [label="same exact bit suffix\n同一精确位后缀"];
+     syntaxbitsync -> proofbitsync [label="typed sequent/term/formula components\n类型化序列/项/公式部件"];
+     proofparser -> proofbitsync [label="same ten-rule token grammar\n同一十规则 token 文法"];
+     bitsync -> certbitsync [label="same exact bit suffix\n同一精确位后缀"];
+     syntaxbitsync -> certbitsync [label="induction-body formula synchronization\n归纳公式体同步"];
+     certparser -> certbitsync [label="same 23+4 token grammar\n同一 23+4 类 token 文法"];
+     proofbitsync -> numericparser [label="typed proof bit equivalence closed\n证明树类型化位级等价已闭合"];
+     certbitsync -> numericparser [label="typed certificate bit equivalence closed\n证书类型化位级等价已闭合"];
    numericparser -> compactformula [label="same numeric machine graph\n同一纯数值机器图"];
    compactformula -> patrace [label="fixed formula and binary numerals\n固定公式与二进制数词"];
    internalnote -> patrace [style=dotted, arrowhead=none, constraint=false];
    patrace -> suitable;
    suitable -> cond0;
    suitable -> cond1;
    suitable -> cond2;
    suitable -> cond3;
    predicate -> mpcompiler [label="same public verifier\n同一公开验证器"];
    canonicalnormalize -> mpcompiler [label="decoded payload never grows\n解码规范化不增长"];
    mpcompiler -> cond3 [style=dotted, label="external compiler closed; PA internal proof remains\n外部编译已闭合；仍需 PA 内部短证明"];
    predicate -> conjcompiler [label="same public verifier\n同一公开验证器"];
    canonicalnormalize -> conjcompiler [label="decoded payload never grows\n解码规范化不增长"];
    conjcompiler -> proofassembly [style=dotted, label="external conjunction primitive closed\n外部合取原语已闭合"];
    compactformula -> qdiagonal [style=dotted, arrowhead=none, constraint=false, label="later instantiate the closed generic compiler at concrete P\n后续把已闭合通用编译器实例化到具体 P"];
    suitable -> qdiagonal [style=dotted, arrowhead=none, constraint=false, label="concrete P conditions belong to later assembly\n具体 P 条件属于后续拼接"];
    transformcode -> qdiagonal [label="formula-instance size bound already checked\n公式实例大小界已检查"];
    cond0 -> proofassembly;
    cond1 -> proofassembly;
    cond2 -> proofassembly;
    cond3 -> proofassembly;
    qdiagonal -> proofassembly;
    proofassembly -> exponentextract;
    paconsistency -> exponentextract;
    exponentextract -> diagonal;
  }

  subgraph cluster_buss {
    label="H. Buss-Pudlak lower bound（布斯-普德拉克下界）";
    color="#9a9a9a";
    style="rounded,dashed";

    family [label="F_n = Con_T((f(n))^c)\n有限一致性公式族\nsame T / proof system / symbol length\n同一理论 / 证明系统 / 符号长度", fillcolor="#f3f3f3", color="#777777", style="rounded,filled,dashed"];
    rescale [label="Buss 1994 Theorem 5\n布斯 1994 第 5 定理\ntime-constructible rescaling\n时间可构造重标定", fillcolor="#f3f3f3", color="#777777", style="rounded,filled,dashed", penwidth=2.0];
    lower [label="minProofLength(F_n) > U(n) eventually\n最短证明长度最终大于 U(n)\nsuper-polynomial lower bound（超多项式下界）", fillcolor="#e9e3f5", color="#76639a", style="rounded,filled,dashed", penwidth=2.0];
    lowernote [shape=note, label="关键注释：文献下界只能用于原文满足条件的\nformula family（公式族）、proof system（证明系统）\n和 symbol length（符号长度）；名字相似不能替代对象恒等。", fillcolor="#e8f1f8", color="#4e7892"];

    compactformula -> family [label="same CompactProof predicate\n同一紧凑证明谓词"];
    minmeasure -> family [label="exact minimum length coordinate\n精确最短长度坐标"];
    diagonal -> rescale [label="power lower-bound seed\n幂下界种子"];
    family -> rescale;
    rescale -> lower [label="explicit time-constructible f\n显式时间可构造函数 f"];
    lowernote -> rescale [style=dotted, arrowhead=none, constraint=false];
  }

  subgraph cluster_collision {
    label="I. Same-object upper bound and collision（同对象上界与碰撞）";
    color="#9a9a9a";
    style="rounded,dashed";

    sondowcert [label="Sondow checked certificates\n索多已检查证书\nassume gamma rational（假设欧拉常数有理）\n本节点只表示证书已检查，不等于同对象上界已完成", fillcolor="#dff2e8", color="#3f7c66"];
    samecompiler [label="Sondow same-object compiler\n索多同对象编译器\ncertificate -> real proof of the same F_n\n证书 -> 同一 F_n 的真实证明", fillcolor="#f3f3f3", color="#777777", style="rounded,filled,dashed"];
    upper [label="minProofLength(F_n) <= U(n)\n最短证明长度不超过多项式 U(n)\npolynomial upper bound（多项式上界）\n等待 same-object compiler（同对象编译器）", fillcolor="#f3f3f3", color="#777777", style="rounded,filled,dashed"];
    collision [label="U(N) < minProofLength(F_N) <= U(N)\n同一 N、同一公式、同一检查器、同一长度的矛盾\ncollision theorem（碰撞定理）", fillcolor="#f8d9d6", color="#a8443d", style="rounded,filled,dashed", penwidth=2.5];
    final [label="not is_rational euler_mascheroni\n欧拉-马歇罗尼常数非有理\n仅在全部上游根定理闭合后成立", fillcolor="#f8d9d6", color="#a8443d", style="rounded,filled,dashed", penwidth=2.5];
    samenote [shape=note, label="关键注释：碰撞必须是同一 N、同一 F_N、\n同一 checker（检查器）和同一 length measure（长度度量）。\n只证明两个抽象接口各自存在不能形成碰撞。", fillcolor="#e8f1f8", color="#4e7892"];

    sondowcert -> samecompiler;
    family -> samecompiler [label="formula identity\n公式恒等"];
    predicate -> samecompiler [label="same checker/length\n同一检查器/长度"];
    minmeasure -> samecompiler [label="same minimum payload measure\n同一最短载荷度量"];
    samecompiler -> upper [label="canonical accepted proof code\n规范且被接受的证明码"];
    upper -> collision [label="same F_N / same length\n同一 F_N / 同一长度"];
    lower -> collision [label="same F_N / same length\n同一 F_N / 同一长度"];
    samenote -> collision [style=dotted, arrowhead=none, constraint=false];
    collision -> final;
  }

  subgraph cluster_audit {
    label="J. Submission-grade audit gates（投稿级审计门）";
    color="#76639a";
    style="rounded";

    axioms [label="#print axioms audit（公理画像审计）\n已完成节点仅依赖：\npropext（命题外延）\nClassical.choice（经典选择）\nQuot.sound（商类型可靠性）", fillcolor="#e9e3f5", color="#76639a"];
    forbidden [label="Forbidden project assumptions（禁止项目级假设）\nno tail_gap（无尾部间隙参数）\nno upper_provider（无上界提供者参数）\nno project proof_length（无项目证明长度公设）\nno sorryAx（无未完成证明公设）", fillcolor="#e9e3f5", color="#76639a"];
    gate [label="Final dependency audit（最终依赖审计）\nsame formula / parameter / checker / measure\n同一公式 / 参数 / 检查器 / 度量", fillcolor="#e9e3f5", color="#76639a", penwidth=2.0];

    totalcanonical -> axioms [style=dotted];
    publiciff -> axioms [style=dotted];
    completeness -> axioms [style=dotted];
    nattrace -> axioms [style=dotted];
    polytime -> forbidden [style=dashed];
    diagonal -> forbidden [style=dashed];
    samecompiler -> forbidden [style=dashed];
    lower -> gate;
    upper -> gate;
    axioms -> gate;
    forbidden -> gate;
    gate -> collision [style=dashed, label="audit pass\n审计通过"];
  }

  subgraph cluster_rejected_routes {
    label="K. Rejected historical routes（经审计弃用的历史路线；不通向主结论）";
    color="#a8443d";
    style="rounded,dashed";

    rawgodel [label="Nat.size(rawProofCode) lower bound\n原始哥德尔证明码位长下界\nunary-numeral encoding artifact（一元数词编码伪影）", fillcolor="#f8d9d6", color="#a8443d", style="rounded,filled,dashed"];
    postfixraw [label="Postfix checker rebuilding rawCode\n重建 rawCode 的后缀检查器\nprimitive recursive != polynomial time\n原始递归不等于多项式时间", fillcolor="#f8d9d6", color="#a8443d", style="rounded,filled,dashed"];
    abstractgap [label="tail_gap / computable_gap input\n尾部间隙 / 可计算间隙输入\nassumes the lower bound（预设下界）", fillcolor="#f8d9d6", color="#a8443d", style="rounded,filled,dashed"];
    abstractupper [label="upper_provider input\n上界提供者输入\nassumes the Sondow bridge（预设索多桥）", fillcolor="#f8d9d6", color="#a8443d", style="rounded,filled,dashed"];
    unsimulated [label="Unproved Hilbert-system simulation\n未证明的 Hilbert 系统模拟\nwrong/uncalibrated proof measure\n错误或未校准的证明度量", fillcolor="#f8d9d6", color="#a8443d", style="rounded,filled,dashed"];
    graft [label="strengthened_to_partial / transfer_to_graft\n加强到部分 / 嫁接转移接口\ninterface packaging without source theorem\n只有接口包装、没有源定理", fillcolor="#f8d9d6", color="#a8443d", style="rounded,filled,dashed"];
    rejectednote [shape=note, label="弃用判据：编码伪影、循环输入、对象错位，\n或只给接口而没有根定理。\n本区域没有任何边连接最终碰撞定理。", fillcolor="#fff1f0", color="#a8443d"];

    rawgodel -> postfixraw [style=dotted, color="#a8443d"];
    abstractgap -> graft [style=dotted, color="#a8443d"];
    abstractupper -> graft [style=dotted, color="#a8443d"];
    unsimulated -> graft [style=dotted, color="#a8443d"];
    rejectednote -> graft [style=dotted, arrowhead=none, color="#a8443d"];
  }
}
